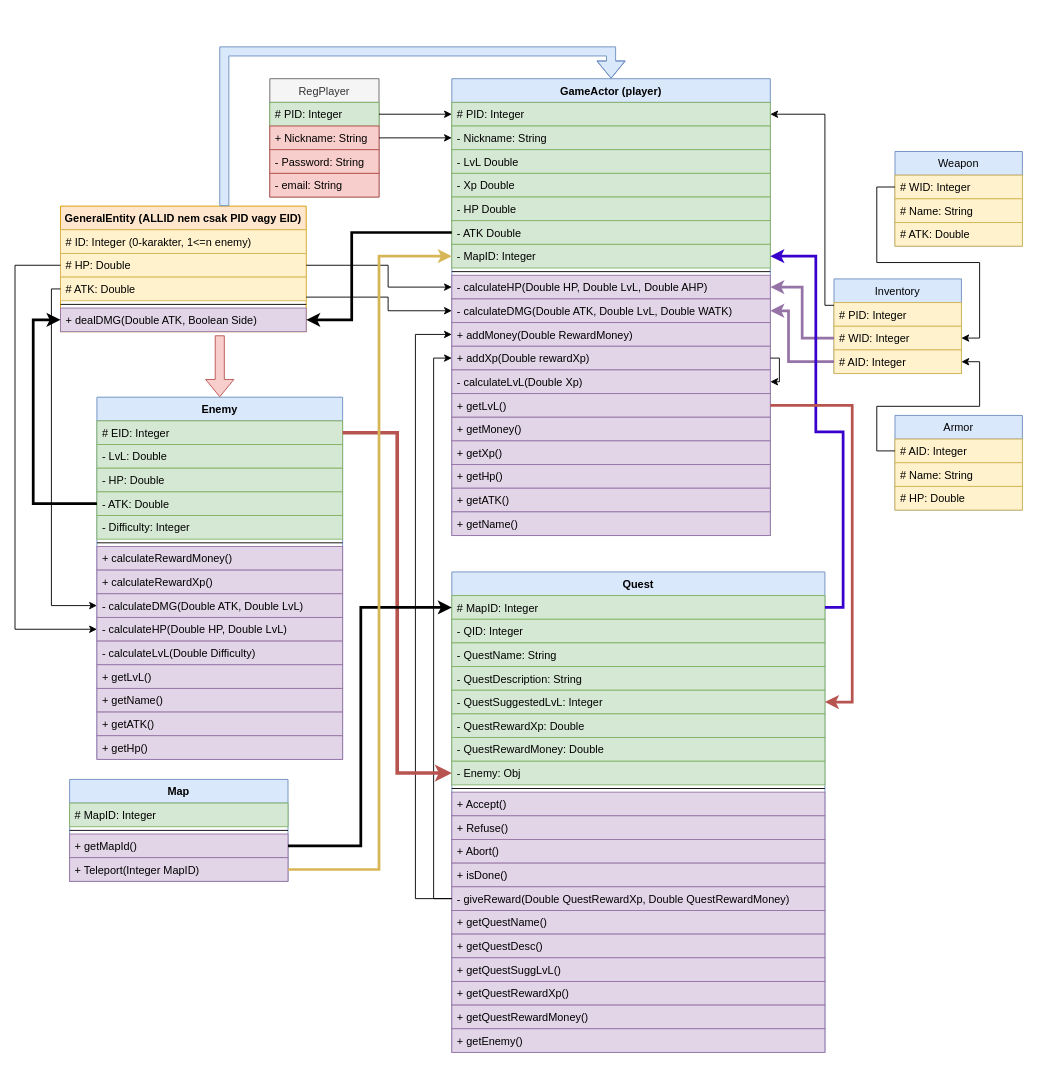
This is ER-UML/UMLDia.drawio from KDMashy/ShiMaKeeONLINE, a draw.io file, before an edit. Source tidied: cells renumbered, new cells numbered last; positions are measured from the earlier drawing's top-left corner, leaving out a move shared by most shapes. Both pictures are drawn from the tidied source at 91%, with x=0, y=0 at pixel (15, 51).
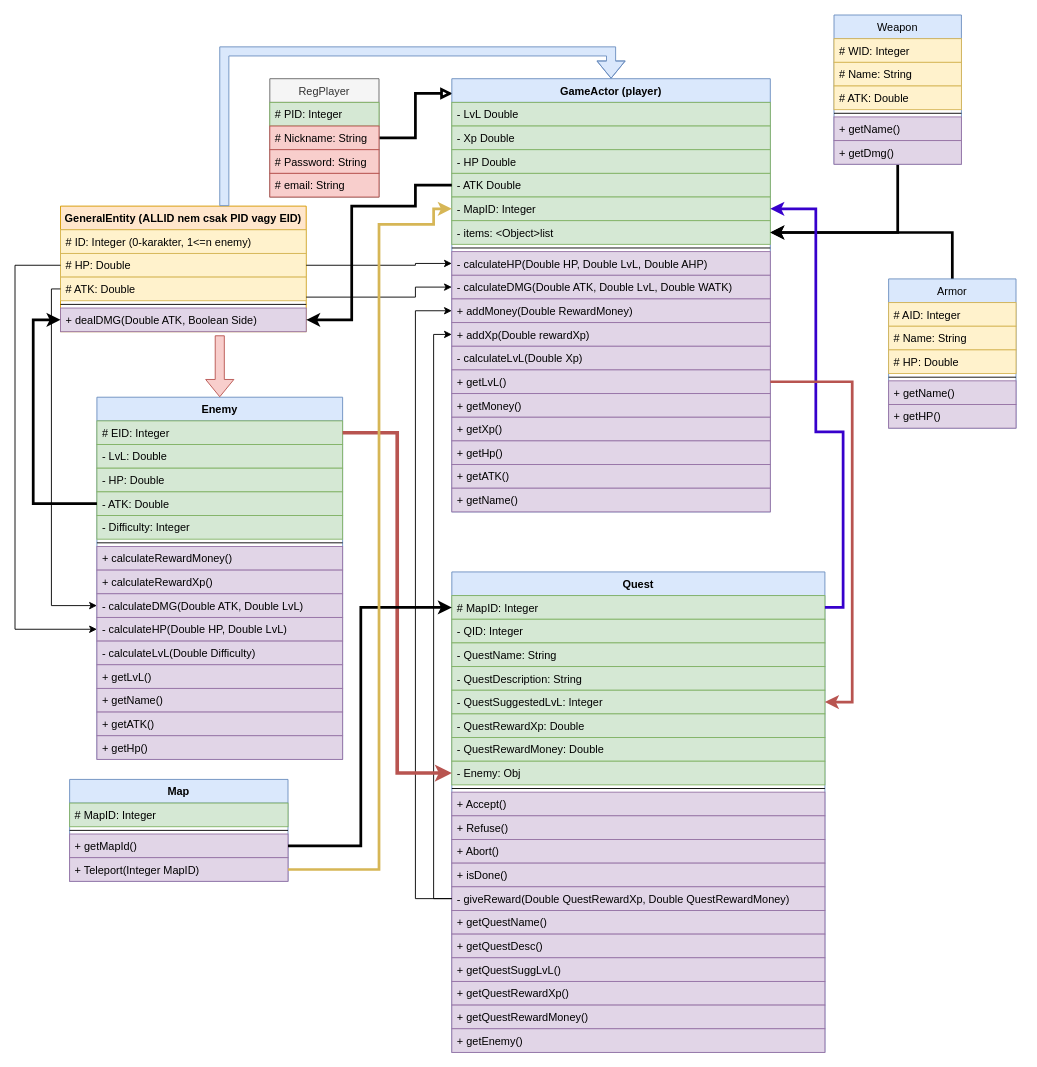
Above is the later version.

Commit message (it also covers changes not shown here):
HTML-CSS, UML update

The change refers to these unchanged cells:
```xml
<mxCell id="2" value="RegPlayer" style="swimlane;fontStyle=0;horizontal=1;startSize=26;fillColor=#f5f5f5;strokeColor=#666666;fontColor=#333333;" parent="1" vertex="1">
  <mxGeometry x="280" y="30" width="120" height="130" as="geometry" />
</mxCell>
<mxCell id="3" value="# PID: Integer" style="text;strokeColor=#82b366;fillColor=#d5e8d4;align=left;verticalAlign=top;spacingLeft=4;spacingRight=4;overflow=hidden;points=[[0,0.5],[1,0.5]];portConstraint=eastwest;" parent="2" vertex="1">
  <mxGeometry y="26" width="120" height="26" as="geometry" />
</mxCell>
<mxCell id="36" value="# WID: Integer" style="text;strokeColor=#d6b656;fillColor=#fff2cc;align=left;verticalAlign=top;spacingLeft=4;spacingRight=4;overflow=hidden;points=[[0,0.5],[1,0.5]];portConstraint=eastwest;" parent="35" vertex="1">
  <mxGeometry y="26" width="140" height="26" as="geometry" />
</mxCell>
<mxCell id="41" value="# AID: Integer" style="text;strokeColor=#d6b656;fillColor=#fff2cc;align=left;verticalAlign=top;spacingLeft=4;spacingRight=4;overflow=hidden;points=[[0,0.5],[1,0.5]];portConstraint=eastwest;" parent="40" vertex="1">
  <mxGeometry y="26" width="140" height="26" as="geometry" />
</mxCell>
<mxCell id="49" value="# HP: Double" style="text;strokeColor=#d6b656;fillColor=#fff2cc;align=left;verticalAlign=top;spacingLeft=4;spacingRight=4;overflow=hidden;points=[[0,0.5],[1,0.5]];portConstraint=eastwest;" parent="47" vertex="1">
  <mxGeometry y="52" width="270" height="26" as="geometry" />
</mxCell>
<mxCell id="50" value="# ATK: Double" style="text;strokeColor=#d6b656;fillColor=#fff2cc;align=left;verticalAlign=top;spacingLeft=4;spacingRight=4;overflow=hidden;points=[[0,0.5],[1,0.5]];portConstraint=eastwest;" parent="47" vertex="1">
  <mxGeometry y="78" width="270" height="26" as="geometry" />
</mxCell>
<mxCell id="52" value="+ dealDMG(Double ATK, Boolean Side)" style="text;strokeColor=#9673a6;fillColor=#e1d5e7;align=left;verticalAlign=top;spacingLeft=4;spacingRight=4;overflow=hidden;points=[[0,0.5],[1,0.5]];portConstraint=eastwest;" parent="47" vertex="1">
  <mxGeometry y="112" width="270" height="26" as="geometry" />
</mxCell>
<mxCell id="76" value="# MapID: Integer" style="text;strokeColor=#82b366;fillColor=#d5e8d4;align=left;verticalAlign=top;spacingLeft=4;spacingRight=4;overflow=hidden;points=[[0,0.5],[1,0.5]];portConstraint=eastwest;" parent="75" vertex="1">
  <mxGeometry y="26" width="410" height="26" as="geometry" />
</mxCell>
<mxCell id="80" value="- QuestSuggestedLvL: Integer" style="text;strokeColor=#82b366;fillColor=#d5e8d4;align=left;verticalAlign=top;spacingLeft=4;spacingRight=4;overflow=hidden;points=[[0,0.5],[1,0.5]];portConstraint=eastwest;" parent="75" vertex="1">
  <mxGeometry y="130" width="410" height="26" as="geometry" />
</mxCell>
<mxCell id="89" value="- giveReward(Double QuestRewardXp, Double QuestRewardMoney)" style="text;strokeColor=#9673a6;fillColor=#e1d5e7;align=left;verticalAlign=top;spacingLeft=4;spacingRight=4;overflow=hidden;points=[[0,0.5],[1,0.5]];portConstraint=eastwest;" parent="75" vertex="1">
  <mxGeometry y="346" width="410" height="26" as="geometry" />
</mxCell>
<mxCell id="105" value="+ Teleport(Integer MapID)" style="text;strokeColor=#9673a6;fillColor=#e1d5e7;align=left;verticalAlign=top;spacingLeft=4;spacingRight=4;overflow=hidden;points=[[0,0.5],[1,0.5]];portConstraint=eastwest;" parent="101" vertex="1">
  <mxGeometry y="86" width="240" height="26" as="geometry" />
</mxCell>
```

The edit, as a diff of the source:
```diff
@@
+    <mxCell id="110" style="edgeStyle=orthogonalEdgeStyle;rounded=0;jettySize=auto;html=1;entryX=0.003;entryY=0.034;entryDx=0;entryDy=0;entryPerimeter=0;strokeWidth=3;endArrow=block;endFill=0;" parent="1" edge="1" source="2" target="7">
+      <mxGeometry relative="1" as="geometry" />
+    </mxCell>
@@
-    <mxCell id="4" value="+ Nickname: String" style="text;strokeColor=#b85450;fillColor=#f8cecc;align=left;verticalAlign=top;spacingLeft=4;spacingRight=4;overflow=hidden;points=[[0,0.5],[1,0.5]];portConstraint=eastwest;" parent="2" vertex="1">
+    <mxCell id="4" value="# Nickname: String" style="text;strokeColor=#b85450;fillColor=#f8cecc;align=left;verticalAlign=top;spacingLeft=4;spacingRight=4;overflow=hidden;points=[[0,0.5],[1,0.5]];portConstraint=eastwest;" parent="2" vertex="1">
       <mxGeometry y="52" width="120" height="26" as="geometry" />
     </mxCell>
-    <mxCell id="5" value="- Password: String   " style="text;strokeColor=#b85450;fillColor=#f8cecc;align=left;verticalAlign=top;spacingLeft=4;spacingRight=4;overflow=hidden;" parent="2" vertex="1">
+    <mxCell id="5" value="# Password: String   " style="text;strokeColor=#b85450;fillColor=#f8cecc;align=left;verticalAlign=top;spacingLeft=4;spacingRight=4;overflow=hidden;" parent="2" vertex="1">
       <mxGeometry y="78" width="120" height="26" as="geometry" />
     </mxCell>
-    <mxCell id="6" value="- email: String" style="text;strokeColor=#b85450;fillColor=#f8cecc;align=left;verticalAlign=top;spacingLeft=4;spacingRight=4;overflow=hidden;" parent="2" vertex="1">
+    <mxCell id="6" value="# email: String" style="text;strokeColor=#b85450;fillColor=#f8cecc;align=left;verticalAlign=top;spacingLeft=4;spacingRight=4;overflow=hidden;" parent="2" vertex="1">
       <mxGeometry y="104" width="120" height="26" as="geometry" />
     </mxCell>
     <mxCell id="7" value="GameActor (player)" style="swimlane;fontStyle=1;align=center;verticalAlign=top;horizontal=1;startSize=26;fillColor=#dae8fc;strokeColor=#6c8ebf;" parent="1" vertex="1">
-      <mxGeometry x="480" y="30" width="350" height="502" as="geometry" />
+      <mxGeometry x="480" y="30" width="350" height="476" as="geometry" />
     </mxCell>
-    <mxCell id="8" value="# PID: Integer" style="text;strokeColor=#82b366;fillColor=#d5e8d4;align=left;verticalAlign=top;spacingLeft=4;spacingRight=4;overflow=hidden;points=[[0,0.5],[1,0.5]];portConstraint=eastwest;" parent="7" vertex="1">
-      <mxGeometry y="26" width="350" height="26" as="geometry" />
-    </mxCell>
-    <mxCell id="9" value="- Nickname: String" style="text;strokeColor=#82b366;fillColor=#d5e8d4;align=left;verticalAlign=top;spacingLeft=4;spacingRight=4;overflow=hidden;points=[[0,0.5],[1,0.5]];portConstraint=eastwest;" parent="7" vertex="1">
-      <mxGeometry y="52" width="350" height="26" as="geometry" />
-    </mxCell>
     <mxCell id="10" value="- LvL Double" style="text;strokeColor=#82b366;fillColor=#d5e8d4;align=left;verticalAlign=top;spacingLeft=4;spacingRight=4;overflow=hidden;" parent="7" vertex="1">
-      <mxGeometry y="78" width="350" height="26" as="geometry" />
+      <mxGeometry y="26" width="350" height="26" as="geometry" />
     </mxCell>
     <mxCell id="11" value="- Xp Double" style="text;strokeColor=#82b366;fillColor=#d5e8d4;align=left;verticalAlign=top;spacingLeft=4;spacingRight=4;overflow=hidden;" parent="7" vertex="1">
-      <mxGeometry y="104" width="350" height="26" as="geometry" />
+      <mxGeometry y="52" width="350" height="26" as="geometry" />
     </mxCell>
     <mxCell id="12" value="- HP Double" style="text;strokeColor=#82b366;fillColor=#d5e8d4;align=left;verticalAlign=top;spacingLeft=4;spacingRight=4;overflow=hidden;" parent="7" vertex="1">
-      <mxGeometry y="130" width="350" height="26" as="geometry" />
+      <mxGeometry y="78" width="350" height="26" as="geometry" />
     </mxCell>
     <mxCell id="13" value="- ATK Double" style="text;strokeColor=#82b366;fillColor=#d5e8d4;align=left;verticalAlign=top;spacingLeft=4;spacingRight=4;overflow=hidden;points=[[0,0.5],[1,0.5]];portConstraint=eastwest;" parent="7" vertex="1">
-      <mxGeometry y="156" width="350" height="26" as="geometry" />
+      <mxGeometry y="104" width="350" height="26" as="geometry" />
     </mxCell>
     <mxCell id="14" value="- MapID: Integer" style="text;strokeColor=#82b366;fillColor=#d5e8d4;align=left;verticalAlign=top;spacingLeft=4;spacingRight=4;overflow=hidden;points=[[0,0.5],[1,0.5]];portConstraint=eastwest;" parent="7" vertex="1">
-      <mxGeometry y="182" width="350" height="26" as="geometry" />
+      <mxGeometry y="130" width="350" height="26" as="geometry" />
     </mxCell>
+    <mxCell id="111" value="- items: &lt;Object&gt;list" style="text;strokeColor=#82b366;fillColor=#d5e8d4;align=left;verticalAlign=top;spacingLeft=4;spacingRight=4;overflow=hidden;points=[[0,0.5],[1,0.5]];portConstraint=eastwest;" parent="7" vertex="1">
+      <mxGeometry y="156" width="350" height="26" as="geometry" />
+    </mxCell>
     <mxCell id="15" style="line;strokeWidth=1;fillColor=none;align=left;verticalAlign=middle;spacingTop=-1;spacingLeft=3;spacingRight=3;labelPosition=right;" parent="7" vertex="1">
-      <mxGeometry y="208" width="350" height="8" as="geometry" />
+      <mxGeometry y="182" width="350" height="8" as="geometry" />
     </mxCell>
     <mxCell id="16" value="- calculateHP(Double HP, Double LvL, Double AHP)" style="text;strokeColor=#9673a6;fillColor=#e1d5e7;align=left;verticalAlign=top;spacingLeft=4;spacingRight=4;overflow=hidden;points=[[0,0.5],[1,0.5]];portConstraint=eastwest;" parent="7" vertex="1">
-      <mxGeometry y="216" width="350" height="26" as="geometry" />
+      <mxGeometry y="190" width="350" height="26" as="geometry" />
     </mxCell>
     <mxCell id="17" value="- calculateDMG(Double ATK, Double LvL, Double WATK)" style="text;strokeColor=#9673a6;fillColor=#e1d5e7;align=left;verticalAlign=top;spacingLeft=4;spacingRight=4;overflow=hidden;points=[[0,0.5],[1,0.5]];portConstraint=eastwest;" parent="7" vertex="1">
-      <mxGeometry y="242" width="350" height="26" as="geometry" />
+      <mxGeometry y="216" width="350" height="26" as="geometry" />
     </mxCell>
     <mxCell id="18" value="+ addMoney(Double RewardMoney)" style="text;strokeColor=#9673a6;fillColor=#e1d5e7;align=left;verticalAlign=top;spacingLeft=4;spacingRight=4;overflow=hidden;points=[[0,0.5],[1,0.5]];portConstraint=eastwest;" parent="7" vertex="1">
-      <mxGeometry y="268" width="350" height="26" as="geometry" />
+      <mxGeometry y="242" width="350" height="26" as="geometry" />
     </mxCell>
     <mxCell id="19" value="+ addXp(Double rewardXp)" style="text;strokeColor=#9673a6;fillColor=#e1d5e7;align=left;verticalAlign=top;spacingLeft=4;spacingRight=4;overflow=hidden;points=[[0,0.5],[1,0.5]];portConstraint=eastwest;" parent="7" vertex="1">
-      <mxGeometry y="294" width="350" height="26" as="geometry" />
+      <mxGeometry y="268" width="350" height="26" as="geometry" />
     </mxCell>
     <mxCell id="20" value="- calculateLvL(Double Xp)" style="text;strokeColor=#9673a6;fillColor=#e1d5e7;align=left;verticalAlign=top;spacingLeft=4;spacingRight=4;overflow=hidden;points=[[0,0.5],[1,0.5]];portConstraint=eastwest;" parent="7" vertex="1">
-      <mxGeometry y="320" width="350" height="26" as="geometry" />
+      <mxGeometry y="294" width="350" height="26" as="geometry" />
     </mxCell>
     <mxCell id="21" value="+ getLvL()" style="text;strokeColor=#9673a6;fillColor=#e1d5e7;align=left;verticalAlign=top;spacingLeft=4;spacingRight=4;overflow=hidden;points=[[0,0.5],[1,0.5]];portConstraint=eastwest;" parent="7" vertex="1">
-      <mxGeometry y="346" width="350" height="26" as="geometry" />
+      <mxGeometry y="320" width="350" height="26" as="geometry" />
     </mxCell>
     <mxCell id="22" value="+ getMoney()" style="text;strokeColor=#9673a6;fillColor=#e1d5e7;align=left;verticalAlign=top;spacingLeft=4;spacingRight=4;overflow=hidden;" parent="7" vertex="1">
-      <mxGeometry y="372" width="350" height="26" as="geometry" />
+      <mxGeometry y="346" width="350" height="26" as="geometry" />
     </mxCell>
     <mxCell id="23" value="+ getXp()" style="text;strokeColor=#9673a6;fillColor=#e1d5e7;align=left;verticalAlign=top;spacingLeft=4;spacingRight=4;overflow=hidden;" parent="7" vertex="1">
-      <mxGeometry y="398" width="350" height="26" as="geometry" />
+      <mxGeometry y="372" width="350" height="26" as="geometry" />
     </mxCell>
     <mxCell id="24" value="+ getHp()" style="text;strokeColor=#9673a6;fillColor=#e1d5e7;align=left;verticalAlign=top;spacingLeft=4;spacingRight=4;overflow=hidden;" parent="7" vertex="1">
-      <mxGeometry y="424" width="350" height="26" as="geometry" />
+      <mxGeometry y="398" width="350" height="26" as="geometry" />
     </mxCell>
     <mxCell id="25" value="+ getATK()" style="text;strokeColor=#9673a6;fillColor=#e1d5e7;align=left;verticalAlign=top;spacingLeft=4;spacingRight=4;overflow=hidden;" parent="7" vertex="1">
-      <mxGeometry y="450" width="350" height="26" as="geometry" />
+      <mxGeometry y="424" width="350" height="26" as="geometry" />
     </mxCell>
     <mxCell id="26" value="+ getName()" style="text;strokeColor=#9673a6;fillColor=#e1d5e7;align=left;verticalAlign=top;spacingLeft=4;spacingRight=4;overflow=hidden;" parent="7" vertex="1">
-      <mxGeometry y="476" width="350" height="26" as="geometry" />
+      <mxGeometry y="450" width="350" height="26" as="geometry" />
     </mxCell>
-    <mxCell id="27" style="edgeStyle=orthogonalEdgeStyle;rounded=0;jettySize=auto;html=1;entryX=1;entryY=0.5;entryDx=0;entryDy=0;" parent="7" edge="1" source="19" target="20">
-      <mxGeometry relative="1" as="geometry">
-        <Array as="points">
-          <mxPoint x="360" y="307" />
-          <mxPoint x="360" y="333" />
-        </Array>
-      </mxGeometry>
-    </mxCell>
-    <mxCell id="28" value="Inventory" style="swimlane;fontStyle=0;horizontal=1;startSize=26;fillColor=#dae8fc;strokeColor=#6c8ebf;" parent="1" vertex="1">
-      <mxGeometry x="900" y="250" width="140" height="104" as="geometry" />
-    </mxCell>
-    <mxCell id="29" value="# PID: Integer" style="text;strokeColor=#d6b656;fillColor=#fff2cc;align=left;verticalAlign=top;spacingLeft=4;spacingRight=4;overflow=hidden;points=[[0,0.5],[1,0.5]];portConstraint=eastwest;" parent="28" vertex="1">
-      <mxGeometry y="26" width="140" height="26" as="geometry" />
-    </mxCell>
-    <mxCell id="30" value="# WID: Integer  " style="text;strokeColor=#d6b656;fillColor=#fff2cc;align=left;verticalAlign=top;spacingLeft=4;spacingRight=4;overflow=hidden;points=[[0,0.5],[1,0.5]];portConstraint=eastwest;" parent="28" vertex="1">
-      <mxGeometry y="52" width="140" height="26" as="geometry" />
-    </mxCell>
-    <mxCell id="31" value="# AID: Integer" style="text;strokeColor=#d6b656;fillColor=#fff2cc;align=left;verticalAlign=top;spacingLeft=4;spacingRight=4;overflow=hidden;points=[[0,0.5],[1,0.5]];portConstraint=eastwest;" parent="28" vertex="1">
-      <mxGeometry y="78" width="140" height="26" as="geometry" />
-    </mxCell>
-    <mxCell id="32" style="edgeStyle=orthogonalEdgeStyle;rounded=0;jettySize=auto;html=1;fillColor=#e1d5e7;strokeColor=#9673a6;strokeWidth=3;" parent="1" edge="1" source="30" target="16">
-      <mxGeometry relative="1" as="geometry" />
-    </mxCell>
-    <mxCell id="33" style="edgeStyle=orthogonalEdgeStyle;rounded=0;jettySize=auto;html=1;fillColor=#e1d5e7;strokeColor=#9673a6;strokeWidth=3;" parent="1" edge="1" source="31" target="17">
-      <mxGeometry relative="1" as="geometry">
-        <Array as="points">
-          <mxPoint x="850" y="341" />
-          <mxPoint x="850" y="285" />
-        </Array>
-      </mxGeometry>
-    </mxCell>
-    <mxCell id="34" style="edgeStyle=orthogonalEdgeStyle;rounded=0;jettySize=auto;html=1;" parent="1" edge="1" source="29" target="8">
-      <mxGeometry relative="1" as="geometry">
-        <Array as="points">
-          <mxPoint x="890" y="279" />
-          <mxPoint x="890" y="69" />
-        </Array>
-      </mxGeometry>
-    </mxCell>
+    <mxCell id="112" style="edgeStyle=orthogonalEdgeStyle;rounded=0;jettySize=auto;html=1;endArrow=classic;endFill=1;strokeWidth=3;" parent="1" edge="1" source="35" target="111">
+      <mxGeometry relative="1" as="geometry" />
+    </mxCell>
     <mxCell id="35" value="Weapon" style="swimlane;fontStyle=0;horizontal=1;startSize=26;fillColor=#dae8fc;strokeColor=#6c8ebf;" parent="1" vertex="1">
-      <mxGeometry x="967" y="110" width="140" height="104" as="geometry" />
+      <mxGeometry x="900" y="-40" width="140" height="164" as="geometry" />
     </mxCell>
@@
-    <mxCell id="39" style="edgeStyle=orthogonalEdgeStyle;rounded=0;jettySize=auto;html=1;entryX=1;entryY=0.5;entryDx=0;entryDy=0;" parent="1" edge="1" source="36" target="30">
-      <mxGeometry relative="1" as="geometry" />
-    </mxCell>
+    <mxCell id="113" style="line;strokeWidth=1;fillColor=none;align=left;verticalAlign=middle;spacingTop=-1;spacingLeft=3;spacingRight=3;labelPosition=right;" parent="35" vertex="1">
+      <mxGeometry y="104" width="140" height="8" as="geometry" />
+    </mxCell>
+    <mxCell id="114" value="+ getName()" style="text;strokeColor=#9673a6;fillColor=#e1d5e7;align=left;verticalAlign=top;spacingLeft=4;spacingRight=4;overflow=hidden;" parent="35" vertex="1">
+      <mxGeometry y="112" width="140" height="26" as="geometry" />
+    </mxCell>
+    <mxCell id="115" value="+ getDmg()" style="text;strokeColor=#9673a6;fillColor=#e1d5e7;align=left;verticalAlign=top;spacingLeft=4;spacingRight=4;overflow=hidden;" parent="35" vertex="1">
+      <mxGeometry y="138" width="140" height="26" as="geometry" />
+    </mxCell>
+    <mxCell id="116" style="edgeStyle=orthogonalEdgeStyle;rounded=0;jettySize=auto;html=1;endArrow=classic;endFill=1;strokeWidth=3;" parent="1" edge="1" source="40" target="111">
+      <mxGeometry relative="1" as="geometry" />
+    </mxCell>
     <mxCell id="40" value="Armor" style="swimlane;fontStyle=0;horizontal=1;startSize=26;fillColor=#dae8fc;strokeColor=#6c8ebf;" parent="1" vertex="1">
-      <mxGeometry x="967" y="400" width="140" height="104" as="geometry" />
+      <mxGeometry x="960" y="250" width="140" height="164" as="geometry" />
     </mxCell>
@@
-    <mxCell id="44" style="edgeStyle=orthogonalEdgeStyle;rounded=0;jettySize=auto;html=1;entryX=1;entryY=0.5;entryDx=0;entryDy=0;" parent="1" edge="1" source="41" target="31">
-      <mxGeometry relative="1" as="geometry" />
-    </mxCell>
-    <mxCell id="45" style="edgeStyle=orthogonalEdgeStyle;rounded=0;jettySize=auto;html=1;" parent="1" edge="1" source="4" target="9">
-      <mxGeometry relative="1" as="geometry" />
-    </mxCell>
-    <mxCell id="46" style="edgeStyle=orthogonalEdgeStyle;rounded=0;jettySize=auto;html=1;" parent="1" edge="1" source="3" target="8">
-      <mxGeometry relative="1" as="geometry" />
-    </mxCell>
+    <mxCell id="117" style="line;strokeWidth=1;fillColor=none;align=left;verticalAlign=middle;spacingTop=-1;spacingLeft=3;spacingRight=3;labelPosition=right;" parent="40" vertex="1">
+      <mxGeometry y="104" width="140" height="8" as="geometry" />
+    </mxCell>
+    <mxCell id="118" value="+ getName()" style="text;strokeColor=#9673a6;fillColor=#e1d5e7;align=left;verticalAlign=top;spacingLeft=4;spacingRight=4;overflow=hidden;" parent="40" vertex="1">
+      <mxGeometry y="112" width="140" height="26" as="geometry" />
+    </mxCell>
+    <mxCell id="119" value="+ getHP()" style="text;strokeColor=#9673a6;fillColor=#e1d5e7;align=left;verticalAlign=top;spacingLeft=4;spacingRight=4;overflow=hidden;" parent="40" vertex="1">
+      <mxGeometry y="138" width="140" height="26" as="geometry" />
+    </mxCell>
@@
     <mxCell id="53" style="edgeStyle=orthogonalEdgeStyle;rounded=0;jettySize=auto;html=1;" parent="1" edge="1" source="49" target="16">
       <mxGeometry relative="1" as="geometry">
         <Array as="points">
-          <mxPoint x="410" y="235" />
-          <mxPoint x="410" y="259" />
+          <mxPoint x="440" y="235" />
+          <mxPoint x="440" y="233" />
         </Array>
       </mxGeometry>
     </mxCell>
     <mxCell id="54" style="edgeStyle=orthogonalEdgeStyle;rounded=0;jettySize=auto;html=1;" parent="1" edge="1" source="50" target="17">
       <mxGeometry relative="1" as="geometry">
         <Array as="points">
-          <mxPoint x="410" y="270" />
-          <mxPoint x="410" y="285" />
+          <mxPoint x="440" y="270" />
+          <mxPoint x="440" y="259" />
         </Array>
       </mxGeometry>
     </mxCell>
@@
     <mxCell id="96" style="edgeStyle=orthogonalEdgeStyle;rounded=0;jettySize=auto;html=1;fillColor=#6a00ff;strokeColor=#3700CC;strokeWidth=3;" parent="1" edge="1" source="76" target="14">
       <mxGeometry relative="1" as="geometry">
         <Array as="points">
           <mxPoint x="910" y="611" />
           <mxPoint x="910" y="418" />
           <mxPoint x="880" y="418" />
-          <mxPoint x="880" y="225" />
+          <mxPoint x="880" y="173" />
         </Array>
       </mxGeometry>
     </mxCell>
@@
     <mxCell id="98" style="edgeStyle=orthogonalEdgeStyle;rounded=0;jettySize=auto;html=1;entryX=0;entryY=0.5;entryDx=0;entryDy=0;" parent="1" edge="1" source="89" target="18">
       <mxGeometry relative="1" as="geometry">
         <Array as="points">
           <mxPoint x="440" y="931" />
-          <mxPoint x="440" y="311" />
+          <mxPoint x="440" y="285" />
         </Array>
       </mxGeometry>
     </mxCell>
     <mxCell id="99" style="edgeStyle=orthogonalEdgeStyle;rounded=0;jettySize=auto;html=1;entryX=1;entryY=0.5;entryDx=0;entryDy=0;fillColor=#f8cecc;strokeColor=#b85450;strokeWidth=3;" parent="1" edge="1" source="21" target="80">
       <mxGeometry relative="1" as="geometry">
         <Array as="points">
-          <mxPoint x="920" y="389" />
+          <mxPoint x="920" y="363" />
           <mxPoint x="920" y="715" />
         </Array>
       </mxGeometry>
     </mxCell>
@@
     <mxCell id="107" style="edgeStyle=orthogonalEdgeStyle;rounded=0;jettySize=auto;html=1;entryX=0;entryY=0.5;entryDx=0;entryDy=0;strokeWidth=3;fillColor=#fff2cc;strokeColor=#d6b656;" parent="1" edge="1" source="105" target="14">
       <mxGeometry relative="1" as="geometry">
         <Array as="points">
           <mxPoint x="400" y="899" />
-          <mxPoint x="400" y="225" />
+          <mxPoint x="400" y="190" />
+          <mxPoint x="460" y="190" />
+          <mxPoint x="460" y="173" />
         </Array>
       </mxGeometry>
     </mxCell>
     <mxCell id="108" style="edgeStyle=orthogonalEdgeStyle;rounded=0;jettySize=auto;html=1;entryX=1;entryY=0.5;entryDx=0;entryDy=0;strokeWidth=3;" parent="1" edge="1" source="13" target="52">
       <mxGeometry relative="1" as="geometry">
         <Array as="points">
-          <mxPoint x="370" y="199" />
+          <mxPoint x="440" y="147" />
+          <mxPoint x="440" y="170" />
+          <mxPoint x="370" y="170" />
           <mxPoint x="370" y="295" />
         </Array>
       </mxGeometry>
     </mxCell>
```
